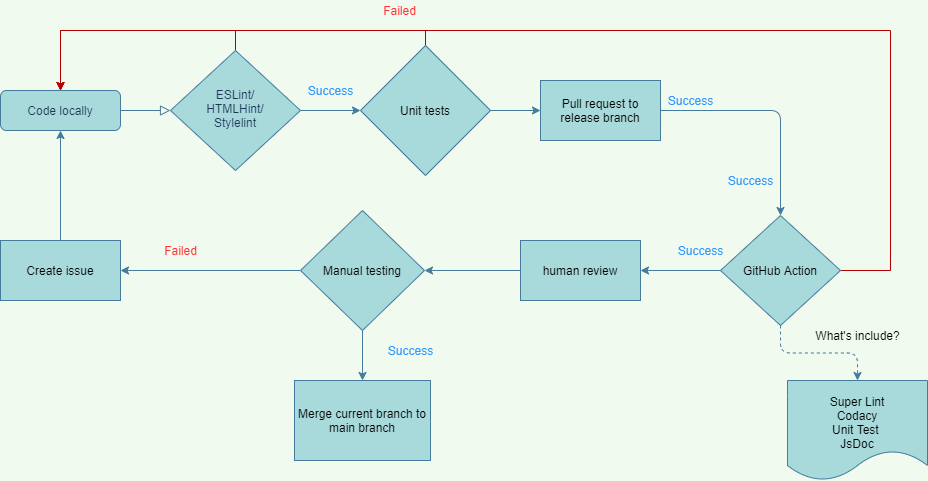
Before: admin/cipipeline/pipeline_diagram.png, a diagram exported from draw.io (cse110-fa21-group7/cse110-fa21-group7). Source tidied: cells renumbered, new cells last; positions are measured from the earlier drawing's top-left corner, leaving out a move shared by most shapes.
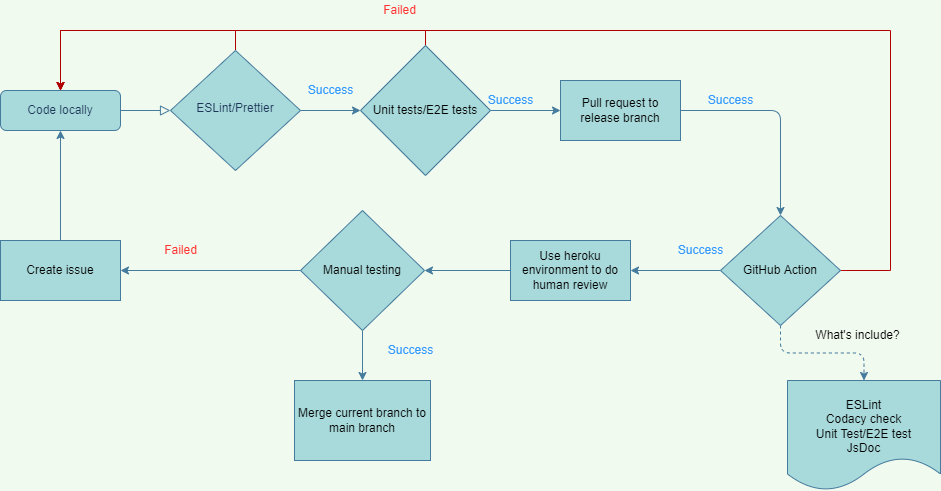
The same file after the commit.

The edit, as a diff of the source:
```diff
@@ -21,7 +21,7 @@
         <mxPoint x="360" y="110" as="targetPoint" />
       </mxGeometry>
     </mxCell>
-    <mxCell id="6" value="ESLint/&lt;br&gt;HTMLHint/&lt;br&gt;Stylelint" style="rhombus;whiteSpace=wrap;html=1;shadow=0;fontFamily=Helvetica;fontSize=12;align=center;strokeWidth=1;spacing=6;spacingTop=-4;fillColor=#A8DADC;strokeColor=#457B9D;fontColor=#1D3557;" parent="1" vertex="1">
+    <mxCell id="6" value="ESLint/Prettier" style="rhombus;whiteSpace=wrap;html=1;shadow=0;fontFamily=Helvetica;fontSize=12;align=center;strokeWidth=1;spacing=6;spacingTop=-4;fillColor=#A8DADC;strokeColor=#457B9D;fontColor=#1D3557;" parent="1" vertex="1">
       <mxGeometry x="170" y="50" width="130" height="120" as="geometry" />
     </mxCell>
     <mxCell id="7" value="Failed" style="text;html=1;align=center;verticalAlign=middle;rounded=0;fontColor=#FF3333;" parent="1" vertex="1">
@@ -38,14 +38,14 @@
         </Array>
       </mxGeometry>
     </mxCell>
-    <mxCell id="10" value="&lt;font color=&quot;#000000&quot;&gt;Unit tests&lt;/font&gt;" style="rhombus;whiteSpace=wrap;html=1;rounded=0;sketch=0;fontColor=#FF3333;strokeColor=#457B9D;fillColor=#A8DADC;" parent="1" vertex="1">
+    <mxCell id="10" value="&lt;font color=&quot;#000000&quot;&gt;Unit tests/E2E tests&lt;/font&gt;" style="rhombus;whiteSpace=wrap;html=1;rounded=0;sketch=0;fontColor=#FF3333;strokeColor=#457B9D;fillColor=#A8DADC;" parent="1" vertex="1">
       <mxGeometry x="360" y="45" width="130" height="130" as="geometry" />
     </mxCell>
     <mxCell id="11" style="edgeStyle=orthogonalEdgeStyle;curved=0;rounded=1;sketch=0;jettySize=auto;html=1;fontColor=#000000;strokeColor=#457B9D;fillColor=#A8DADC;" parent="1" edge="1" source="12" target="17">
       <mxGeometry relative="1" as="geometry" />
     </mxCell>
     <mxCell id="12" value="&lt;font color=&quot;#000000&quot;&gt;Pull request to release branch&lt;/font&gt;" style="whiteSpace=wrap;html=1;rounded=0;fontColor=#FF3333;strokeColor=#457B9D;fillColor=#A8DADC;sketch=0;" parent="1" vertex="1">
-      <mxGeometry x="540" y="80" width="120" height="60" as="geometry" />
+      <mxGeometry x="560" y="80" width="120" height="60" as="geometry" />
     </mxCell>
     <mxCell id="13" style="edgeStyle=orthogonalEdgeStyle;curved=0;rounded=1;sketch=0;jettySize=auto;html=1;fontColor=#000000;strokeColor=#457B9D;fillColor=#A8DADC;" parent="1" edge="1" source="17" target="19">
       <mxGeometry relative="1" as="geometry" />
@@ -74,8 +74,8 @@
     <mxCell id="18" style="edgeStyle=orthogonalEdgeStyle;curved=0;rounded=1;sketch=0;jettySize=auto;html=1;fontColor=#000000;strokeColor=#457B9D;fillColor=#A8DADC;" parent="1" edge="1" source="19" target="22">
       <mxGeometry relative="1" as="geometry" />
     </mxCell>
-    <mxCell id="19" value="&lt;font color=&quot;#000000&quot;&gt;human review&lt;/font&gt;" style="whiteSpace=wrap;html=1;rounded=0;fontColor=#FF3333;strokeColor=#457B9D;fillColor=#A8DADC;sketch=0;" parent="1" vertex="1">
-      <mxGeometry x="520" y="240" width="120" height="60" as="geometry" />
+    <mxCell id="19" value="&lt;font color=&quot;#000000&quot;&gt;Use heroku environment to do human review&lt;/font&gt;" style="whiteSpace=wrap;html=1;rounded=0;fontColor=#FF3333;strokeColor=#457B9D;fillColor=#A8DADC;sketch=0;" parent="1" vertex="1">
+      <mxGeometry x="510" y="240" width="120" height="60" as="geometry" />
     </mxCell>
     <mxCell id="20" style="edgeStyle=orthogonalEdgeStyle;curved=0;rounded=1;sketch=0;jettySize=auto;html=1;fontColor=#000000;strokeColor=#457B9D;fillColor=#A8DADC;" parent="1" edge="1" source="22" target="24">
       <mxGeometry relative="1" as="geometry" />
@@ -98,8 +98,8 @@
     <mxCell id="26" value="&lt;font color=&quot;#000000&quot;&gt;Merge current branch to main branch&lt;/font&gt;" style="whiteSpace=wrap;html=1;rounded=0;fontColor=#FF3333;strokeColor=#457B9D;fillColor=#A8DADC;sketch=0;" parent="1" vertex="1">
       <mxGeometry x="294" y="380" width="136" height="80" as="geometry" />
     </mxCell>
-    <mxCell id="27" value="&lt;br&gt;Super Lint&lt;br&gt;Codacy&lt;br&gt;Unit Test&amp;nbsp;&lt;br&gt;JsDoc" style="shape=document;whiteSpace=wrap;html=1;boundedLbl=1;rounded=0;sketch=0;fontColor=#000000;strokeColor=#457B9D;fillColor=#A8DADC;" parent="1" vertex="1">
-      <mxGeometry x="787" y="380" width="140" height="100" as="geometry" />
+    <mxCell id="27" value="&lt;br&gt;ESLint&lt;br&gt;Codacy check&lt;br&gt;Unit Test/E2E test&lt;br&gt;JsDoc" style="shape=document;whiteSpace=wrap;html=1;boundedLbl=1;rounded=0;sketch=0;fontColor=#000000;strokeColor=#457B9D;fillColor=#A8DADC;" parent="1" vertex="1">
+      <mxGeometry x="787" y="380" width="153" height="110" as="geometry" />
     </mxCell>
     <mxCell id="28" value="&lt;span&gt;What's include?&lt;/span&gt;" style="text;html=1;align=center;verticalAlign=middle;fillColor=none;strokeColor=none;rounded=0;sketch=0;fontColor=#000000;" parent="1" vertex="1">
       <mxGeometry x="807" y="325" width="100" height="20" as="geometry" />
@@ -108,16 +108,16 @@
       <mxGeometry x="300" y="80" width="60" height="20" as="geometry" />
     </mxCell>
     <mxCell id="30" value="&lt;font color=&quot;#3399ff&quot;&gt;Success&lt;/font&gt;" style="text;html=1;align=center;verticalAlign=middle;fillColor=none;strokeColor=none;rounded=0;sketch=0;fontColor=#000000;" parent="1" vertex="1">
-      <mxGeometry x="660" y="90" width="60" height="20" as="geometry" />
+      <mxGeometry x="700" y="90" width="60" height="20" as="geometry" />
     </mxCell>
-    <mxCell id="31" value="&lt;font color=&quot;#3399ff&quot;&gt;Success&lt;/font&gt;" style="text;html=1;align=center;verticalAlign=middle;fillColor=none;strokeColor=none;rounded=0;sketch=0;fontColor=#000000;" parent="1" vertex="1">
-      <mxGeometry x="720" y="170" width="60" height="20" as="geometry" />
-    </mxCell>
     <mxCell id="32" value="&lt;font color=&quot;#3399ff&quot;&gt;Success&lt;/font&gt;" style="text;html=1;align=center;verticalAlign=middle;fillColor=none;strokeColor=none;rounded=0;sketch=0;fontColor=#000000;" parent="1" vertex="1">
       <mxGeometry x="670" y="240" width="60" height="20" as="geometry" />
     </mxCell>
     <mxCell id="33" value="&lt;font color=&quot;#3399ff&quot;&gt;Success&lt;/font&gt;" style="text;html=1;align=center;verticalAlign=middle;fillColor=none;strokeColor=none;rounded=0;sketch=0;fontColor=#000000;" parent="1" vertex="1">
       <mxGeometry x="380" y="340" width="60" height="20" as="geometry" />
     </mxCell>
+    <mxCell id="31" value="&lt;font color=&quot;#3399ff&quot;&gt;Success&lt;/font&gt;" style="text;html=1;align=center;verticalAlign=middle;fillColor=none;strokeColor=none;rounded=0;sketch=0;fontColor=#000000;" parent="1" vertex="1">
+      <mxGeometry x="480" y="90" width="60" height="20" as="geometry" />
+    </mxCell>
   </root>
 </mxGraphModel>
```
